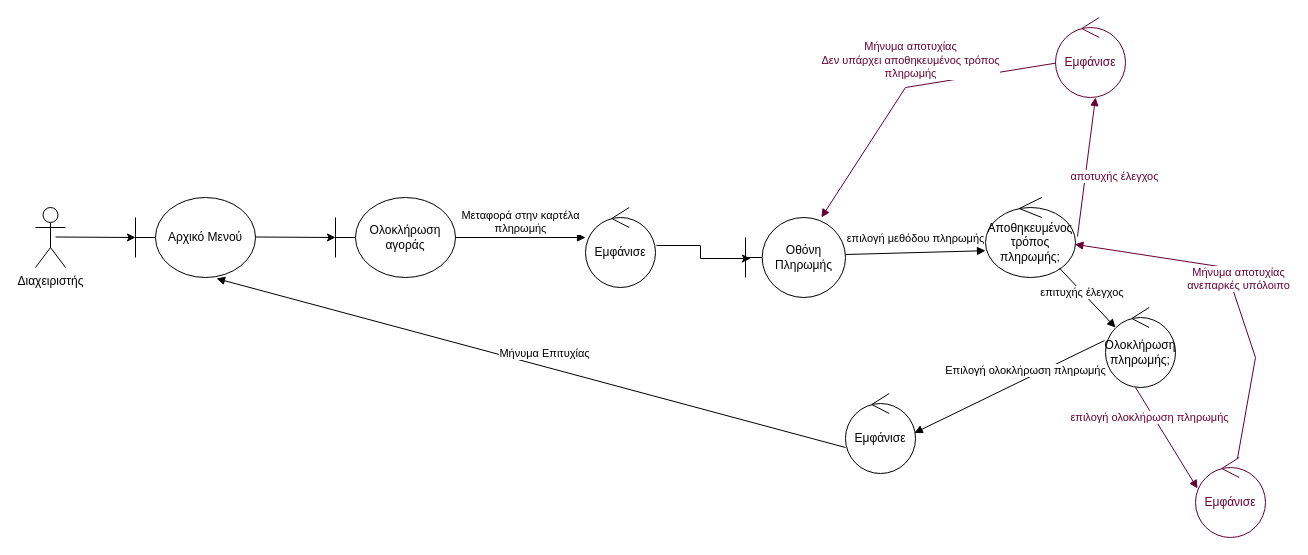
Earlier version of the draw.io diagram spetz/paradoteo4/choose_payment_method.drawio (Pspetz/Organthlon). Source tidied: cells renumbered, new cells numbered last; positions are measured from the earlier drawing's top-left corner, leaving out a move shared by most shapes. Both pictures are drawn from the tidied source at 100%, with x=0, y=0 at pixel (35, 17).
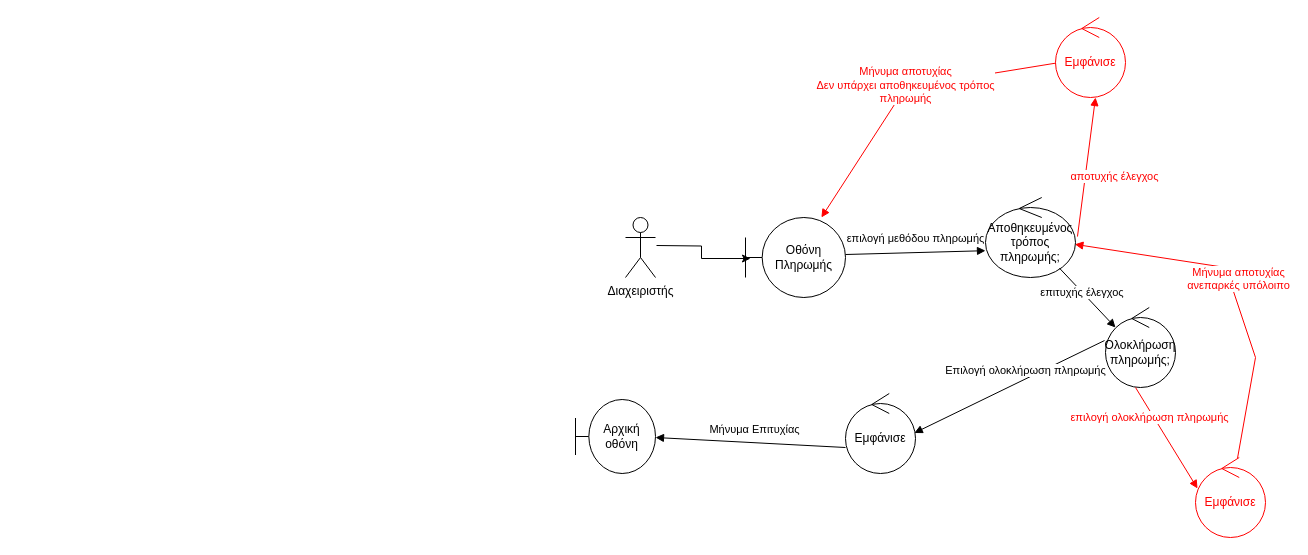
The same diagram, later.

The change refers to these unchanged cells:
```xml
<mxCell id="8" value="Οθόνη Πληρωμής" style="shape=umlBoundary;whiteSpace=wrap;html=1;" parent="1" vertex="1">
  <mxGeometry x="710" y="200" width="100" height="80" as="geometry" />
</mxCell>
<mxCell id="10" value="Αποθηκευμένος τρόπος πληρωμής;" style="ellipse;shape=umlControl;whiteSpace=wrap;html=1;" parent="1" vertex="1">
  <mxGeometry x="950" y="180" width="90" height="80" as="geometry" />
</mxCell>
<mxCell id="12" value="Ολοκλήρωση πληρωμής;" style="ellipse;shape=umlControl;whiteSpace=wrap;html=1;" parent="1" vertex="1">
  <mxGeometry x="1070" y="290" width="70" height="80" as="geometry" />
</mxCell>
```

The edit, as a diff of the source:
```diff
@@
     <mxCell id="2" value="Διαχειριστής" style="shape=umlActor;verticalLabelPosition=bottom;verticalAlign=top;html=1;" parent="1" vertex="1">
-      <mxGeometry y="190" width="30" height="60" as="geometry" />
+      <mxGeometry x="590" y="200" width="30" height="60" as="geometry" />
     </mxCell>
-    <mxCell id="3" value="Ολοκλήρωση αγοράς" style="shape=umlBoundary;whiteSpace=wrap;html=1;" parent="1" vertex="1">
-      <mxGeometry x="300" y="180" width="120" height="80" as="geometry" />
-    </mxCell>
-    <mxCell id="4" value="Εμφάνισε" style="ellipse;shape=umlControl;whiteSpace=wrap;html=1;" parent="1" vertex="1">
-      <mxGeometry x="550" y="190" width="70" height="80" as="geometry" />
-    </mxCell>
-    <mxCell id="5" value="Μεταφορά στην καρτέλα &lt;br&gt;πληρωμής" style="html=1;verticalAlign=bottom;endArrow=block;rounded=0;exitX=1;exitY=0.5;exitDx=0;exitDy=0;exitPerimeter=0;entryX=0;entryY=0.375;entryDx=0;entryDy=0;entryPerimeter=0;" parent="1" edge="1" source="3" target="4">
-      <mxGeometry relative="1" as="geometry" />
-    </mxCell>
-    <mxCell id="6" style="edgeStyle=orthogonalEdgeStyle;rounded=0;orthogonalLoop=1;jettySize=auto;html=1;exitX=0.5;exitY=0.5;exitDx=0;exitDy=0;exitPerimeter=0;" parent="1" edge="1">
-      <mxGeometry relative="1" as="geometry">
-        <mxPoint x="20" y="219.5" as="sourcePoint" />
-        <mxPoint x="100" y="220" as="targetPoint" />
-        <Array as="points">
-          <mxPoint x="20" y="220" />
-          <mxPoint x="20" y="220" />
-        </Array>
-      </mxGeometry>
-    </mxCell>
-    <mxCell id="7" style="edgeStyle=orthogonalEdgeStyle;rounded=0;jettySize=auto;html=1;exitX=1.014;exitY=0.475;exitDx=0;exitDy=0;exitPerimeter=0;entryX=0.05;entryY=0.513;entryDx=0;entryDy=0;entryPerimeter=0;" parent="1" edge="1" source="4" target="8">
-      <mxGeometry relative="1" as="geometry" />
+    <mxCell id="7" style="edgeStyle=orthogonalEdgeStyle;rounded=0;jettySize=auto;html=1;exitX=1.014;exitY=0.475;exitDx=0;exitDy=0;exitPerimeter=0;entryX=0.05;entryY=0.513;entryDx=0;entryDy=0;entryPerimeter=0;" parent="1" edge="1" target="8">
+      <mxGeometry relative="1" as="geometry">
+        <mxPoint x="621" y="228" as="sourcePoint" />
+      </mxGeometry>
     </mxCell>
@@
-    <mxCell id="16" value="Μήνυμα Επιτυχίας" style="html=1;verticalAlign=bottom;endArrow=block;rounded=0;entryX=0.675;entryY=1.013;entryDx=0;entryDy=0;entryPerimeter=0;" parent="1" edge="1" target="17">
+    <mxCell id="16" value="Μήνυμα Επιτυχίας" style="html=1;verticalAlign=bottom;endArrow=block;rounded=0;" parent="1" edge="1">
       <mxGeometry x="-0.04" y="-4" relative="1" as="geometry">
         <mxPoint x="810" y="430" as="sourcePoint" />
+        <mxPoint x="620" y="420" as="targetPoint" />
       </mxGeometry>
     </mxCell>
-    <mxCell id="17" value="Αρχικό Μενού" style="shape=umlBoundary;whiteSpace=wrap;html=1;" parent="1" vertex="1">
-      <mxGeometry x="100" y="180" width="120" height="80" as="geometry" />
-    </mxCell>
-    <mxCell id="18" style="edgeStyle=orthogonalEdgeStyle;rounded=0;orthogonalLoop=1;jettySize=auto;html=1;exitX=0.5;exitY=0.5;exitDx=0;exitDy=0;exitPerimeter=0;" parent="1" edge="1">
-      <mxGeometry relative="1" as="geometry">
-        <mxPoint x="220" y="219.5" as="sourcePoint" />
-        <mxPoint x="300" y="220" as="targetPoint" />
-        <Array as="points">
-          <mxPoint x="220" y="220" />
-          <mxPoint x="220" y="220" />
-        </Array>
-      </mxGeometry>
-    </mxCell>
-    <mxCell id="19" value="Εμφάνισε" style="ellipse;shape=umlControl;whiteSpace=wrap;html=1;strokeColor=#660033;fontColor=#660033;" parent="1" vertex="1">
+    <mxCell id="19" value="Εμφάνισε" style="ellipse;shape=umlControl;whiteSpace=wrap;html=1;strokeColor=#FF0000;fontColor=#FF0000;" parent="1" vertex="1">
       <mxGeometry x="1160" y="440" width="70" height="80" as="geometry" />
     </mxCell>
-    <mxCell id="20" style="html=1;verticalAlign=bottom;endArrow=block;rounded=0;exitX=0.429;exitY=1;exitDx=0;exitDy=0;exitPerimeter=0;entryX=0.029;entryY=0.388;entryDx=0;entryDy=0;entryPerimeter=0;strokeColor=#660033;" parent="1" edge="1" source="12" target="19">
+    <mxCell id="20" style="html=1;verticalAlign=bottom;endArrow=block;rounded=0;exitX=0.429;exitY=1;exitDx=0;exitDy=0;exitPerimeter=0;entryX=0.029;entryY=0.388;entryDx=0;entryDy=0;entryPerimeter=0;strokeColor=#FF0000;fontColor=#FF0000;" parent="1" edge="1" source="12" target="19">
       <mxGeometry x="0.06" y="-3" relative="1" as="geometry" />
     </mxCell>
-    <mxCell id="21" value="επιλογή ολοκλήρωση πληρωμής" style="edgeLabel;html=1;align=center;verticalAlign=middle;fontColor=#660033;" parent="20" vertex="1">
+    <mxCell id="21" value="επιλογή ολοκλήρωση πληρωμής" style="edgeLabel;html=1;align=center;verticalAlign=middle;fontColor=#FF0000;" parent="20" vertex="1">
       <mxGeometry x="-0.28" y="3" relative="1" as="geometry">
         <mxPoint x="-12" y="-6" as="offset" />
       </mxGeometry>
     </mxCell>
-    <mxCell id="22" value="Μήνυμα αποτυχίας&lt;br&gt;ανεπαρκές υπόλοιπο" style="html=1;verticalAlign=bottom;endArrow=block;rounded=0;fontColor=#660033;strokeColor=#660033;" parent="1" edge="1" source="19" target="10">
+    <mxCell id="22" value="Μήνυμα αποτυχίας&lt;br&gt;ανεπαρκές υπόλοιπο" style="html=1;verticalAlign=bottom;endArrow=block;rounded=0;fontColor=#FF0000;strokeColor=#FF0000;" parent="1" edge="1" source="19" target="10">
       <mxGeometry x="-0.04" y="-4" relative="1" as="geometry">
         <Array as="points">
           <mxPoint x="1220" y="340" />
           <mxPoint x="1190" y="250" />
         </Array>
       </mxGeometry>
     </mxCell>
-    <mxCell id="23" style="html=1;verticalAlign=bottom;endArrow=block;rounded=0;strokeColor=#660033;exitX=1.022;exitY=0.488;exitDx=0;exitDy=0;exitPerimeter=0;" parent="1" edge="1" source="10">
+    <mxCell id="23" style="html=1;verticalAlign=bottom;endArrow=block;rounded=0;strokeColor=#FF0000;exitX=1.022;exitY=0.488;exitDx=0;exitDy=0;exitPerimeter=0;" parent="1" edge="1" source="10">
       <mxGeometry x="0.06" y="-3" relative="1" as="geometry">
         <mxPoint x="1060" y="80" as="targetPoint" />
       </mxGeometry>
     </mxCell>
-    <mxCell id="24" value="αποτυχής έλεγχος" style="edgeLabel;html=1;align=center;verticalAlign=middle;fontColor=#660033;" parent="23" vertex="1">
+    <mxCell id="24" value="αποτυχής έλεγχος" style="edgeLabel;html=1;align=center;verticalAlign=middle;fontColor=#FF0000;" parent="23" vertex="1">
       <mxGeometry x="-0.28" y="3" relative="1" as="geometry">
         <mxPoint x="33" y="-11" as="offset" />
       </mxGeometry>
     </mxCell>
-    <mxCell id="25" value="Εμφάνισε" style="ellipse;shape=umlControl;whiteSpace=wrap;html=1;strokeColor=#660033;fontColor=#660033;" parent="1" vertex="1">
+    <mxCell id="25" value="Εμφάνισε" style="ellipse;shape=umlControl;whiteSpace=wrap;html=1;strokeColor=#FF0000;fontColor=#FF0000;" parent="1" vertex="1">
       <mxGeometry x="1020" width="70" height="80" as="geometry" />
     </mxCell>
-    <mxCell id="26" value="Μήνυμα αποτυχίας&lt;br&gt;Δεν υπάρχει αποθηκευμένος τρόπος&lt;br&gt;πληρωμής" style="html=1;verticalAlign=bottom;endArrow=block;rounded=0;fontColor=#660033;strokeColor=#660033;" parent="1" edge="1" source="25" target="8">
-      <mxGeometry x="-0.04" y="-4" relative="1" as="geometry">
+    <mxCell id="26" value="Μήνυμα αποτυχίας&lt;br&gt;Δεν υπάρχει αποθηκευμένος τρόπος&lt;br&gt;πληρωμής" style="html=1;verticalAlign=bottom;endArrow=block;rounded=0;fontColor=#FF0000;strokeColor=#FF0000;" parent="1" edge="1" source="25" target="8">
+      <mxGeometry x="0.1" y="11" relative="1" as="geometry">
         <Array as="points">
           <mxPoint x="870" y="70" />
         </Array>
       </mxGeometry>
     </mxCell>
+    <mxCell id="27" value="Αρχική οθόνη" style="shape=umlBoundary;whiteSpace=wrap;html=1;rotation=0;" parent="1" vertex="1">
+      <mxGeometry x="540" y="382" width="80" height="74" as="geometry" />
+    </mxCell>
```
